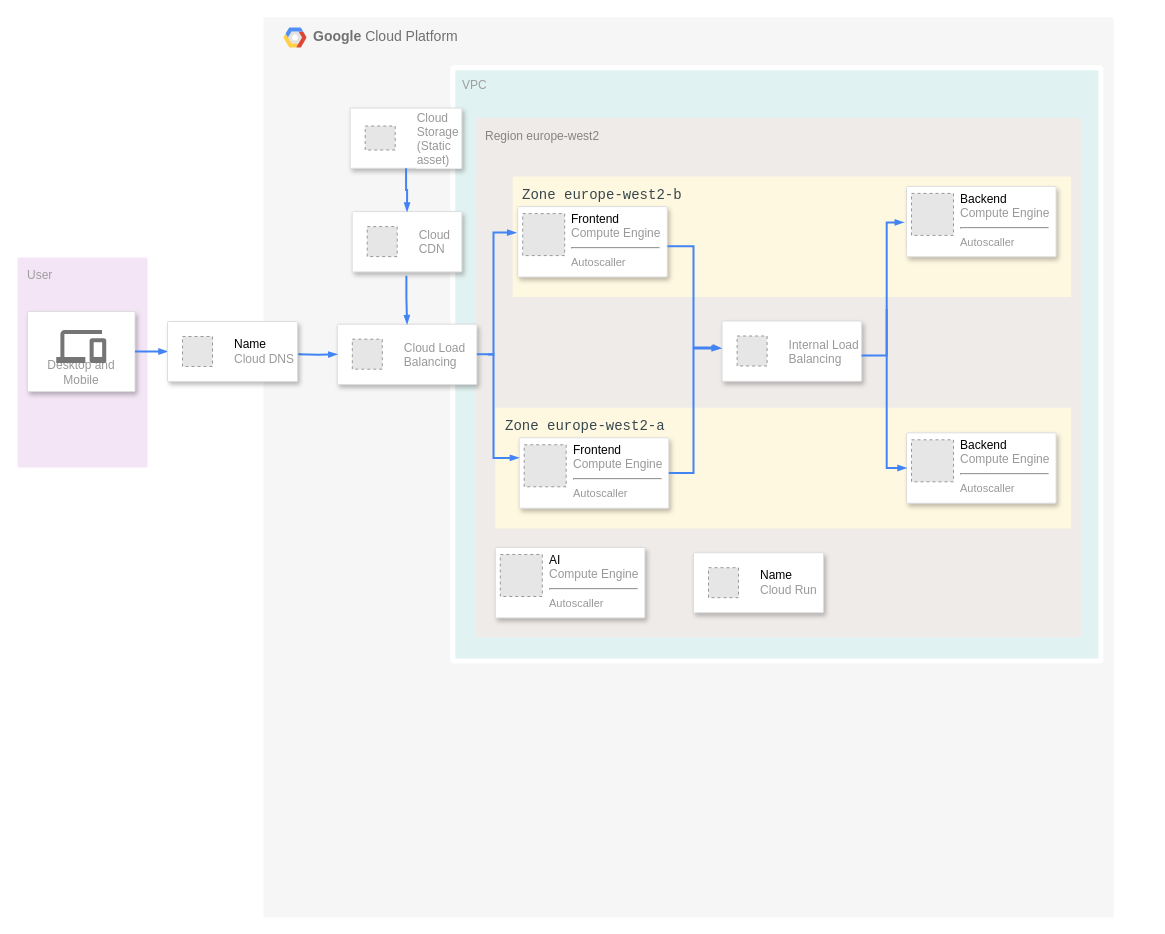
gryto/CapstoneProjectAWS keeps this draw.io diagram as gcp.drawio. Above is the earlier version. Source tidied: cells renumbered, new cells numbered last; positions are measured from the earlier drawing's top-left corner, leaving out a move shared by most shapes. Both pictures are drawn from the tidied source at 100%, with x=0, y=0 at pixel (17, 17). Pictures stored in the file or linked from it are replaced by grey dashed boxes.
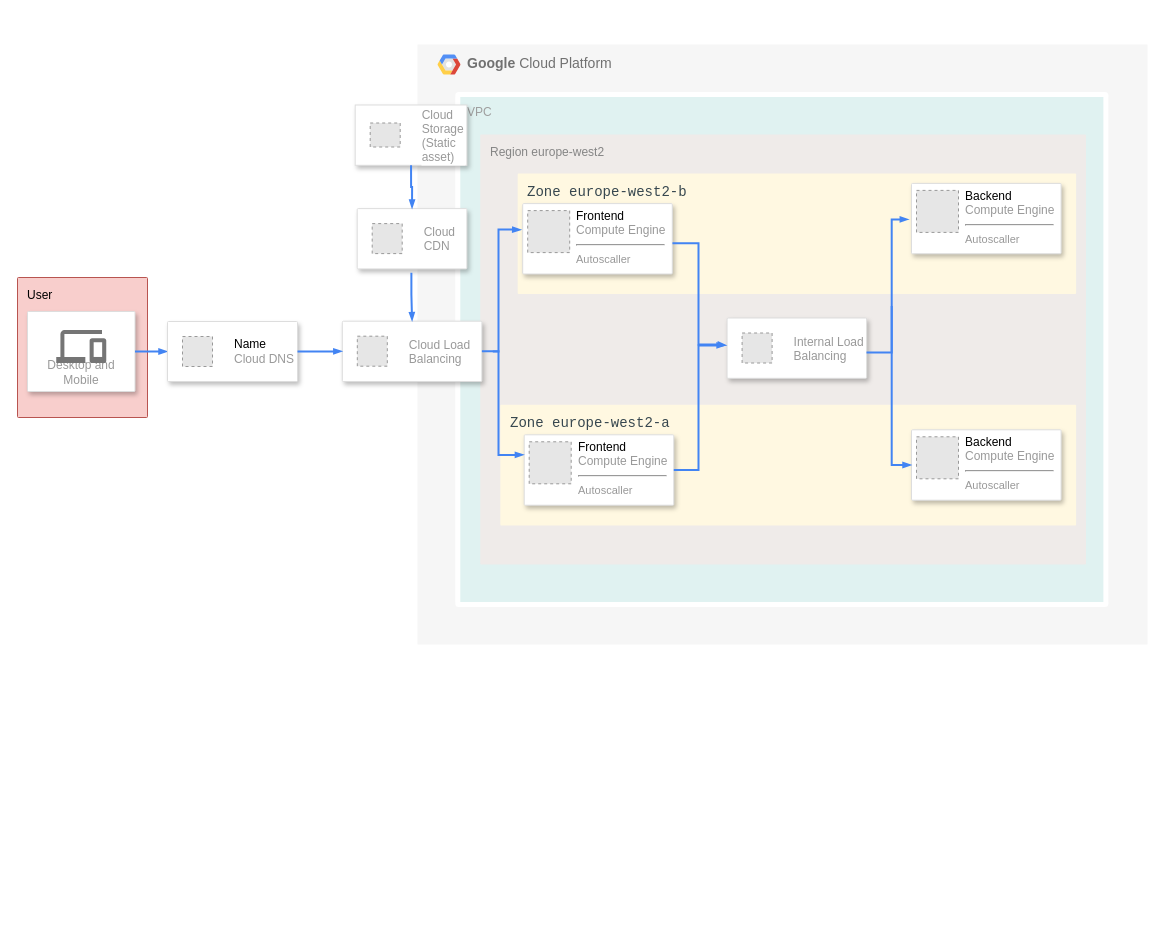
After the change.

The change refers to these unchanged cells:
```xml
<mxCell id="3" value="Desktop and Mobile" style="strokeColor=#dddddd;shadow=1;strokeWidth=1;rounded=1;absoluteArcSize=1;arcSize=2;labelPosition=center;verticalLabelPosition=middle;align=center;verticalAlign=bottom;spacingLeft=0;fontColor=#999999;fontSize=12;whiteSpace=wrap;spacingBottom=2;" parent="1" vertex="1">
  <mxGeometry x="10" y="294" width="107.5" height="80" as="geometry" />
</mxCell>
```

What changed in the source:
```diff
@@
+    <mxCell id="5" value="&lt;b&gt;Google &lt;/b&gt;Cloud Platform" style="fillColor=#F6F6F6;strokeColor=none;shadow=0;gradientColor=none;fontSize=14;align=left;spacing=10;fontColor=#717171;9E9E9E;verticalAlign=top;spacingTop=-4;fontStyle=0;spacingLeft=40;html=1;" parent="1" vertex="1">
+      <mxGeometry x="400" y="27" width="730" height="600" as="geometry" />
+    </mxCell>
+    <mxCell id="43" style="shape=mxgraph.gcp2.google_cloud_platform;fillColor=#F6F6F6;strokeColor=none;shadow=0;gradientColor=none;" parent="5" vertex="1">
+      <mxGeometry width="23" height="20" relative="1" as="geometry">
+        <mxPoint x="20" y="10" as="offset" />
+      </mxGeometry>
+    </mxCell>
-    <mxCell id="2" value="User" style="sketch=0;rounded=1;absoluteArcSize=1;arcSize=2;html=1;strokeColor=none;gradientColor=none;shadow=0;dashed=0;fontSize=12;fontColor=#9E9E9E;align=left;verticalAlign=top;spacing=10;spacingTop=-4;fillColor=#F3E5F5;" parent="1" vertex="1">
-      <mxGeometry y="240" width="130" height="210" as="geometry" />
+    <mxCell id="2" value="User" style="sketch=0;rounded=1;absoluteArcSize=1;arcSize=2;html=1;strokeColor=#b85450;shadow=0;dashed=0;fontSize=12;align=left;verticalAlign=top;spacing=10;spacingTop=-4;fillColor=#f8cecc;" parent="1" vertex="1">
+      <mxGeometry y="260" width="130" height="140" as="geometry" />
     </mxCell>
@@
-    <mxCell id="5" value="&lt;b&gt;Google &lt;/b&gt;Cloud Platform" style="fillColor=#F6F6F6;strokeColor=none;shadow=0;gradientColor=none;fontSize=14;align=left;spacing=10;fontColor=#717171;9E9E9E;verticalAlign=top;spacingTop=-4;fontStyle=0;spacingLeft=40;html=1;imageAspect=0;" parent="1" vertex="1">
-      <mxGeometry x="246" width="850" height="900" as="geometry" />
-    </mxCell>
+    <mxCell id="40" style="edgeStyle=orthogonalEdgeStyle;fontSize=12;html=1;endArrow=blockThin;endFill=1;rounded=0;strokeWidth=2;endSize=4;startSize=4;dashed=0;strokeColor=#4284F3;exitX=1;exitY=0.5;exitDx=0;exitDy=0;" parent="1" edge="1" source="3">
+      <mxGeometry relative="1" as="geometry">
+        <mxPoint x="150" y="334" as="targetPoint" />
+      </mxGeometry>
+    </mxCell>
+    <mxCell id="41" style="strokeColor=#dddddd;shadow=1;strokeWidth=1;rounded=1;absoluteArcSize=1;arcSize=2;" parent="1" vertex="1">
+      <mxGeometry x="150" y="304" width="130" height="60" as="geometry" />
+    </mxCell>
+    <mxCell id="42" value="&lt;font color=&quot;#000000&quot;&gt;Name&lt;/font&gt;&lt;br&gt;Cloud DNS" style="fillColor=#E6E6E6;strokeColor=#999999;dashed=1;html=1;fontColor=#999999;verticalLabelPosition=middle;labelBackgroundColor=#ffffff;verticalAlign=middle;labelPosition=right;align=left;spacingLeft=20;" parent="41" vertex="1">
+      <mxGeometry width="30" height="30" relative="1" as="geometry">
+        <mxPoint x="15" y="15" as="offset" />
+      </mxGeometry>
+    </mxCell>
-    <mxCell id="6" value="VPC" style="sketch=0;rounded=1;absoluteArcSize=1;arcSize=2;html=1;strokeColor=#FFFFFF;gradientColor=none;shadow=0;dashed=0;fontSize=12;fontColor=#9E9E9E;align=left;verticalAlign=top;spacing=10;spacingTop=-4;fillColor=#E0F2F1;strokeWidth=5;" parent="5" vertex="1">
-      <mxGeometry x="189.3" y="50.3" width="648.1" height="593.3" as="geometry" />
+    <mxCell id="6" value="VPC" style="sketch=0;rounded=1;absoluteArcSize=1;arcSize=2;html=1;strokeColor=#FFFFFF;gradientColor=none;shadow=0;dashed=0;fontSize=12;fontColor=#9E9E9E;align=left;verticalAlign=top;spacing=10;spacingTop=-4;fillColor=#E0F2F1;strokeWidth=5;" parent="1" vertex="1">
+      <mxGeometry x="440.3" y="77" width="648.1" height="510" as="geometry" />
     </mxCell>
-    <mxCell id="7" value="&lt;font color=&quot;#858585&quot;&gt;Region europe-west2&lt;/font&gt;" style="sketch=0;rounded=1;absoluteArcSize=1;arcSize=2;html=1;strokeColor=none;shadow=0;dashed=0;fontSize=12;align=left;verticalAlign=top;spacing=10;spacingTop=-4;fillColor=#EFEBE9;" parent="5" vertex="1">
-      <mxGeometry x="211.8" y="100.6" width="605.7" height="519.4" as="geometry" />
+    <mxCell id="7" value="&lt;font color=&quot;#858585&quot;&gt;Region europe-west2&lt;/font&gt;" style="sketch=0;rounded=1;absoluteArcSize=1;arcSize=2;html=1;strokeColor=none;shadow=0;dashed=0;fontSize=12;align=left;verticalAlign=top;spacing=10;spacingTop=-4;fillColor=#EFEBE9;" parent="1" vertex="1">
+      <mxGeometry x="462.8" y="117" width="605.7" height="430" as="geometry" />
     </mxCell>
-    <mxCell id="8" style="shape=mxgraph.gcp2.google_cloud_platform;fillColor=#F6F6F6;strokeColor=none;shadow=0;gradientColor=none;" parent="5" vertex="1">
-      <mxGeometry width="23" height="20" relative="1" as="geometry">
-        <mxPoint x="20" y="10" as="offset" />
-      </mxGeometry>
-    </mxCell>
-    <mxCell id="9" style="strokeColor=#dddddd;shadow=1;strokeWidth=1;rounded=1;absoluteArcSize=1;arcSize=2;" parent="5" vertex="1">
-      <mxGeometry x="73.8" y="306.7" width="139.6" height="60.3" as="geometry" />
+    <mxCell id="9" style="strokeColor=#dddddd;shadow=1;strokeWidth=1;rounded=1;absoluteArcSize=1;arcSize=2;" parent="1" vertex="1">
+      <mxGeometry x="324.8" y="303.7" width="139.6" height="60.3" as="geometry" />
     </mxCell>
@@
-    <mxCell id="11" value="&lt;span style=&quot;color: rgb(55, 71, 79); font-family: &amp;quot;Roboto Mono&amp;quot;, monospace; font-size: 14px;&quot;&gt;Zone europe-west2-a&lt;/span&gt;" style="sketch=0;rounded=1;absoluteArcSize=1;arcSize=2;html=1;strokeColor=none;gradientColor=none;shadow=0;dashed=0;fontSize=12;fontColor=#9E9E9E;align=left;verticalAlign=top;spacing=10;spacingTop=-4;fillColor=#FFF8E1;" parent="5" vertex="1">
-      <mxGeometry x="231.8" y="390.2" width="575.8" height="120.7" as="geometry" />
+    <mxCell id="11" value="&lt;span style=&quot;color: rgb(55, 71, 79); font-family: &amp;quot;Roboto Mono&amp;quot;, monospace; font-size: 14px;&quot;&gt;Zone europe-west2-a&lt;/span&gt;" style="sketch=0;rounded=1;absoluteArcSize=1;arcSize=2;html=1;strokeColor=none;gradientColor=none;shadow=0;dashed=0;fontSize=12;fontColor=#9E9E9E;align=left;verticalAlign=top;spacing=10;spacingTop=-4;fillColor=#FFF8E1;" parent="1" vertex="1">
+      <mxGeometry x="482.8" y="387.2" width="575.8" height="120.7" as="geometry" />
     </mxCell>
-    <mxCell id="12" style="strokeColor=#dddddd;shadow=1;strokeWidth=1;rounded=1;absoluteArcSize=1;arcSize=2;" parent="5" vertex="1">
-      <mxGeometry x="255.7" y="420.3" width="149.6" height="70.4" as="geometry" />
+    <mxCell id="12" style="strokeColor=#dddddd;shadow=1;strokeWidth=1;rounded=1;absoluteArcSize=1;arcSize=2;" parent="1" vertex="1">
+      <mxGeometry x="506.7" y="417.3" width="149.6" height="70.4" as="geometry" />
     </mxCell>
@@
-    <mxCell id="14" style="strokeColor=#dddddd;shadow=1;strokeWidth=1;rounded=1;absoluteArcSize=1;arcSize=2;" parent="5" vertex="1">
-      <mxGeometry x="643" y="415.3" width="149.6" height="70.4" as="geometry" />
+    <mxCell id="14" style="strokeColor=#dddddd;shadow=1;strokeWidth=1;rounded=1;absoluteArcSize=1;arcSize=2;" parent="1" vertex="1">
+      <mxGeometry x="894" y="412.3" width="149.6" height="70.4" as="geometry" />
     </mxCell>
@@
-    <mxCell id="16" value="&lt;span style=&quot;color: rgb(55, 71, 79); font-family: &amp;quot;Roboto Mono&amp;quot;, monospace; font-size: 14px;&quot;&gt;Zone europe-west2-b&lt;/span&gt;" style="sketch=0;rounded=1;absoluteArcSize=1;arcSize=2;html=1;strokeColor=none;gradientColor=none;shadow=0;dashed=0;fontSize=12;fontColor=#9E9E9E;align=left;verticalAlign=top;spacing=10;spacingTop=-4;fillColor=#FFF8E1;" parent="5" vertex="1">
-      <mxGeometry x="249.2" y="158.9" width="558.4" height="120.7" as="geometry" />
+    <mxCell id="16" value="&lt;span style=&quot;color: rgb(55, 71, 79); font-family: &amp;quot;Roboto Mono&amp;quot;, monospace; font-size: 14px;&quot;&gt;Zone europe-west2-b&lt;/span&gt;" style="sketch=0;rounded=1;absoluteArcSize=1;arcSize=2;html=1;strokeColor=none;gradientColor=none;shadow=0;dashed=0;fontSize=12;fontColor=#9E9E9E;align=left;verticalAlign=top;spacing=10;spacingTop=-4;fillColor=#FFF8E1;" parent="1" vertex="1">
+      <mxGeometry x="500.2" y="155.9" width="558.4" height="120.7" as="geometry" />
     </mxCell>
-    <mxCell id="17" style="strokeColor=#dddddd;shadow=1;strokeWidth=1;rounded=1;absoluteArcSize=1;arcSize=2;" parent="5" vertex="1">
-      <mxGeometry x="254.2" y="189.1" width="149.6" height="70.4" as="geometry" />
+    <mxCell id="17" style="strokeColor=#dddddd;shadow=1;strokeWidth=1;rounded=1;absoluteArcSize=1;arcSize=2;" parent="1" vertex="1">
+      <mxGeometry x="505.2" y="186.1" width="149.6" height="70.4" as="geometry" />
     </mxCell>
@@
-    <mxCell id="19" style="strokeColor=#dddddd;shadow=1;strokeWidth=1;rounded=1;absoluteArcSize=1;arcSize=2;" parent="5" vertex="1">
-      <mxGeometry x="643" y="168.9" width="149.6" height="70.4" as="geometry" />
+    <mxCell id="19" style="strokeColor=#dddddd;shadow=1;strokeWidth=1;rounded=1;absoluteArcSize=1;arcSize=2;" parent="1" vertex="1">
+      <mxGeometry x="894" y="165.9" width="149.6" height="70.4" as="geometry" />
     </mxCell>
@@
-    <mxCell id="21" style="strokeColor=#dddddd;shadow=1;strokeWidth=1;rounded=1;absoluteArcSize=1;arcSize=2;" parent="5" vertex="1">
-      <mxGeometry x="458.6" y="303.5" width="139.6" height="60.3" as="geometry" />
+    <mxCell id="21" style="strokeColor=#dddddd;shadow=1;strokeWidth=1;rounded=1;absoluteArcSize=1;arcSize=2;" parent="1" vertex="1">
+      <mxGeometry x="709.6" y="300.5" width="139.6" height="60.3" as="geometry" />
     </mxCell>
@@
-    <mxCell id="23" style="strokeColor=#dddddd;shadow=1;strokeWidth=1;rounded=1;absoluteArcSize=1;arcSize=2;" parent="5" vertex="1">
-      <mxGeometry x="88.7" y="194.1" width="109.7" height="60.3" as="geometry" />
+    <mxCell id="23" style="strokeColor=#dddddd;shadow=1;strokeWidth=1;rounded=1;absoluteArcSize=1;arcSize=2;" parent="1" vertex="1">
+      <mxGeometry x="339.7" y="191.1" width="109.7" height="60.3" as="geometry" />
     </mxCell>
@@
-    <mxCell id="25" style="edgeStyle=orthogonalEdgeStyle;fontSize=12;html=1;endArrow=blockThin;endFill=1;rounded=0;strokeWidth=2;endSize=4;startSize=4;dashed=0;strokeColor=#4284F3;exitX=0.494;exitY=1.062;exitDx=0;exitDy=0;exitPerimeter=0;" parent="5" edge="1" source="23" target="9">
+    <mxCell id="25" style="edgeStyle=orthogonalEdgeStyle;fontSize=12;html=1;endArrow=blockThin;endFill=1;rounded=0;strokeWidth=2;endSize=4;startSize=4;dashed=0;strokeColor=#4284F3;exitX=0.494;exitY=1.062;exitDx=0;exitDy=0;exitPerimeter=0;" parent="1" edge="1" source="23" target="9">
       <mxGeometry relative="1" as="geometry" />
     </mxCell>
-    <mxCell id="26" style="edgeStyle=orthogonalEdgeStyle;fontSize=12;html=1;endArrow=blockThin;endFill=1;rounded=0;strokeWidth=2;endSize=4;startSize=4;dashed=0;strokeColor=#4284F3;exitX=1.001;exitY=0.564;exitDx=0;exitDy=0;exitPerimeter=0;entryX=-0.004;entryY=0.454;entryDx=0;entryDy=0;entryPerimeter=0;" parent="5" edge="1" source="17" target="21">
+    <mxCell id="26" style="edgeStyle=orthogonalEdgeStyle;fontSize=12;html=1;endArrow=blockThin;endFill=1;rounded=0;strokeWidth=2;endSize=4;startSize=4;dashed=0;strokeColor=#4284F3;exitX=1.001;exitY=0.564;exitDx=0;exitDy=0;exitPerimeter=0;entryX=-0.004;entryY=0.454;entryDx=0;entryDy=0;entryPerimeter=0;" parent="1" edge="1" source="17" target="21">
       <mxGeometry relative="1" as="geometry">
         <Array as="points">
-          <mxPoint x="430" y="229" />
-          <mxPoint x="430" y="330" />
-          <mxPoint x="450" y="330" />
+          <mxPoint x="681" y="226" />
+          <mxPoint x="681" y="327" />
+          <mxPoint x="701" y="327" />
         </Array>
       </mxGeometry>
     </mxCell>
-    <mxCell id="27" style="edgeStyle=orthogonalEdgeStyle;fontSize=12;html=1;endArrow=blockThin;endFill=1;rounded=0;strokeWidth=2;endSize=4;startSize=4;dashed=0;strokeColor=#4284F3;exitX=1;exitY=0.5;exitDx=0;exitDy=0;entryX=-0.011;entryY=0.454;entryDx=0;entryDy=0;entryPerimeter=0;" parent="5" edge="1" source="12" target="21">
+    <mxCell id="27" style="edgeStyle=orthogonalEdgeStyle;fontSize=12;html=1;endArrow=blockThin;endFill=1;rounded=0;strokeWidth=2;endSize=4;startSize=4;dashed=0;strokeColor=#4284F3;exitX=1;exitY=0.5;exitDx=0;exitDy=0;entryX=-0.011;entryY=0.454;entryDx=0;entryDy=0;entryPerimeter=0;" parent="1" edge="1" source="12" target="21">
       <mxGeometry relative="1" as="geometry">
         <Array as="points">
-          <mxPoint x="430" y="456" />
-          <mxPoint x="430" y="331" />
+          <mxPoint x="681" y="453" />
+          <mxPoint x="681" y="328" />
         </Array>
       </mxGeometry>
     </mxCell>
-    <mxCell id="28" style="edgeStyle=orthogonalEdgeStyle;fontSize=12;html=1;endArrow=blockThin;endFill=1;rounded=0;strokeWidth=2;endSize=4;startSize=4;dashed=0;strokeColor=#4284F3;entryX=-0.018;entryY=0.511;entryDx=0;entryDy=0;entryPerimeter=0;" parent="5" edge="1" target="19">
+    <mxCell id="28" style="edgeStyle=orthogonalEdgeStyle;fontSize=12;html=1;endArrow=blockThin;endFill=1;rounded=0;strokeWidth=2;endSize=4;startSize=4;dashed=0;strokeColor=#4284F3;entryX=-0.018;entryY=0.511;entryDx=0;entryDy=0;entryPerimeter=0;" parent="1" edge="1" target="19">
       <mxGeometry relative="1" as="geometry">
-        <mxPoint x="598" y="338" as="sourcePoint" />
+        <mxPoint x="849" y="335" as="sourcePoint" />
         <Array as="points">
-          <mxPoint x="623.2" y="337.9" />
-          <mxPoint x="623.2" y="205.1" />
+          <mxPoint x="874.2" y="334.9" />
+          <mxPoint x="874.2" y="202.1" />
         </Array>
       </mxGeometry>
     </mxCell>
-    <mxCell id="29" style="edgeStyle=orthogonalEdgeStyle;fontSize=12;html=1;endArrow=blockThin;endFill=1;rounded=0;strokeWidth=2;endSize=4;startSize=4;dashed=0;strokeColor=#4284F3;entryX=0;entryY=0.5;entryDx=0;entryDy=0;" parent="5" edge="1" target="14">
+    <mxCell id="29" style="edgeStyle=orthogonalEdgeStyle;fontSize=12;html=1;endArrow=blockThin;endFill=1;rounded=0;strokeWidth=2;endSize=4;startSize=4;dashed=0;strokeColor=#4284F3;entryX=0;entryY=0.5;entryDx=0;entryDy=0;" parent="1" edge="1" target="14">
       <mxGeometry relative="1" as="geometry">
-        <mxPoint x="623.2" y="291.6" as="sourcePoint" />
+        <mxPoint x="874.2" y="288.6" as="sourcePoint" />
         <Array as="points">
-          <mxPoint x="623.2" y="291.6" />
-          <mxPoint x="623.2" y="392.2" />
+          <mxPoint x="874.2" y="288.6" />
+          <mxPoint x="874.2" y="389.2" />
         </Array>
       </mxGeometry>
     </mxCell>
-    <mxCell id="30" style="edgeStyle=orthogonalEdgeStyle;fontSize=12;html=1;endArrow=blockThin;endFill=1;rounded=0;strokeWidth=2;endSize=4;startSize=4;dashed=0;strokeColor=#4284F3;entryX=-0.01;entryY=0.372;entryDx=0;entryDy=0;entryPerimeter=0;" parent="5" edge="1" target="17">
+    <mxCell id="30" style="edgeStyle=orthogonalEdgeStyle;fontSize=12;html=1;endArrow=blockThin;endFill=1;rounded=0;strokeWidth=2;endSize=4;startSize=4;dashed=0;strokeColor=#4284F3;entryX=-0.01;entryY=0.372;entryDx=0;entryDy=0;entryPerimeter=0;" parent="1" edge="1" target="17">
       <mxGeometry relative="1" as="geometry">
-        <mxPoint x="224.3" y="336.9" as="sourcePoint" />
+        <mxPoint x="475.3" y="333.9" as="sourcePoint" />
         <Array as="points">
-          <mxPoint x="230" y="337" />
-          <mxPoint x="230" y="215" />
-          <mxPoint x="240" y="215" />
+          <mxPoint x="481" y="334" />
+          <mxPoint x="481" y="212" />
+          <mxPoint x="491" y="212" />
         </Array>
       </mxGeometry>
     </mxCell>
-    <mxCell id="31" style="edgeStyle=orthogonalEdgeStyle;fontSize=12;html=1;endArrow=blockThin;endFill=1;rounded=0;strokeWidth=2;endSize=4;startSize=4;dashed=0;strokeColor=#4284F3;entryX=-0.002;entryY=0.285;entryDx=0;entryDy=0;exitX=1;exitY=0.5;exitDx=0;exitDy=0;entryPerimeter=0;" parent="5" edge="1" source="9" target="12">
+    <mxCell id="31" style="edgeStyle=orthogonalEdgeStyle;fontSize=12;html=1;endArrow=blockThin;endFill=1;rounded=0;strokeWidth=2;endSize=4;startSize=4;dashed=0;strokeColor=#4284F3;entryX=-0.002;entryY=0.285;entryDx=0;entryDy=0;exitX=1;exitY=0.5;exitDx=0;exitDy=0;entryPerimeter=0;" parent="1" edge="1" source="9" target="12">
       <mxGeometry relative="1" as="geometry">
         <Array as="points">
-          <mxPoint x="230" y="337" />
-          <mxPoint x="230" y="440" />
+          <mxPoint x="481" y="334" />
+          <mxPoint x="481" y="437" />
         </Array>
       </mxGeometry>
     </mxCell>
-    <mxCell id="32" style="strokeColor=#dddddd;shadow=1;strokeWidth=1;rounded=1;absoluteArcSize=1;arcSize=0;" parent="5" vertex="1">
-      <mxGeometry x="86.7" y="90.5" width="111.7" height="60.3" as="geometry" />
+    <mxCell id="32" style="strokeColor=#dddddd;shadow=1;strokeWidth=1;rounded=1;absoluteArcSize=1;arcSize=0;" parent="1" vertex="1">
+      <mxGeometry x="337.7" y="87.5" width="111.7" height="60.3" as="geometry" />
     </mxCell>
@@
-    <mxCell id="34" style="edgeStyle=orthogonalEdgeStyle;fontSize=12;html=1;endArrow=blockThin;endFill=1;rounded=0;strokeWidth=2;endSize=4;startSize=4;dashed=0;strokeColor=#4284F3;entryX=0.5;entryY=0;entryDx=0;entryDy=0;exitX=0.5;exitY=1;exitDx=0;exitDy=0;" parent="5" edge="1" source="32" target="23">
+    <mxCell id="34" style="edgeStyle=orthogonalEdgeStyle;fontSize=12;html=1;endArrow=blockThin;endFill=1;rounded=0;strokeWidth=2;endSize=4;startSize=4;dashed=0;strokeColor=#4284F3;entryX=0.5;entryY=0;entryDx=0;entryDy=0;exitX=0.5;exitY=1;exitDx=0;exitDy=0;" parent="1" edge="1" source="32" target="23">
       <mxGeometry relative="1" as="geometry" />
     </mxCell>
-    <mxCell id="35" style="strokeColor=#dddddd;shadow=1;strokeWidth=1;rounded=1;absoluteArcSize=1;arcSize=2;" parent="5" vertex="1">
-      <mxGeometry x="231.8" y="530" width="149.6" height="70.4" as="geometry" />
-    </mxCell>
-    <mxCell id="36" value="&lt;font color=&quot;#000000&quot;&gt;AI&lt;/font&gt;&lt;br&gt;Compute Engine&lt;hr&gt;&lt;font style=&quot;font-size: 11px&quot;&gt;Autoscaller&lt;/font&gt;" style="fillColor=#E6E6E6;strokeColor=#999999;dashed=1;html=1;labelPosition=right;verticalLabelPosition=middle;align=left;verticalAlign=top;spacingLeft=5;fontColor=#999999;fontSize=12;spacingTop=-8;" parent="35" vertex="1">
-      <mxGeometry width="42" height="42" relative="1" as="geometry">
-        <mxPoint x="5" y="7" as="offset" />
-      </mxGeometry>
-    </mxCell>
-    <mxCell id="37" style="edgeStyle=orthogonalEdgeStyle;fontSize=12;html=1;endArrow=blockThin;endFill=1;rounded=0;strokeWidth=2;endSize=4;startSize=4;dashed=0;strokeColor=#4284F3;exitX=1;exitY=0.5;exitDx=0;exitDy=0;entryX=0;entryY=0.5;entryDx=0;entryDy=0;" parent="5" edge="1" target="9">
-      <mxGeometry relative="1" as="geometry">
-        <mxPoint x="34.9" y="336.7" as="sourcePoint" />
-      </mxGeometry>
+    <mxCell id="37" style="edgeStyle=orthogonalEdgeStyle;fontSize=12;html=1;endArrow=blockThin;endFill=1;rounded=0;strokeWidth=2;endSize=4;startSize=4;dashed=0;strokeColor=#4284F3;entryX=0;entryY=0.5;entryDx=0;entryDy=0;exitX=1;exitY=0.5;exitDx=0;exitDy=0;" parent="1" edge="1" source="41" target="9">
+      <mxGeometry relative="1" as="geometry" />
     </mxCell>
-    <mxCell id="38" style="strokeColor=#dddddd;shadow=1;strokeWidth=1;rounded=1;absoluteArcSize=1;arcSize=2;" parent="5" vertex="1">
-      <mxGeometry x="430" y="535.2" width="130" height="60" as="geometry" />
-    </mxCell>
-    <mxCell id="39" value="&lt;font color=&quot;#000000&quot;&gt;Name&lt;/font&gt;&lt;br&gt;Cloud Run" style="fillColor=#E6E6E6;strokeColor=#999999;dashed=1;html=1;fontColor=#999999;verticalLabelPosition=middle;labelBackgroundColor=#ffffff;verticalAlign=middle;labelPosition=right;align=left;spacingLeft=20;" parent="38" vertex="1">
-      <mxGeometry width="30" height="30" relative="1" as="geometry">
-        <mxPoint x="15" y="15" as="offset" />
-      </mxGeometry>
-    </mxCell>
-    <mxCell id="40" style="edgeStyle=orthogonalEdgeStyle;fontSize=12;html=1;endArrow=blockThin;endFill=1;rounded=0;strokeWidth=2;endSize=4;startSize=4;dashed=0;strokeColor=#4284F3;exitX=1;exitY=0.5;exitDx=0;exitDy=0;" parent="1" edge="1" source="3">
-      <mxGeometry relative="1" as="geometry">
-        <mxPoint x="150" y="334" as="targetPoint" />
-      </mxGeometry>
-    </mxCell>
-    <mxCell id="41" style="strokeColor=#dddddd;shadow=1;strokeWidth=1;rounded=1;absoluteArcSize=1;arcSize=2;" parent="1" vertex="1">
-      <mxGeometry x="150" y="304" width="130" height="60" as="geometry" />
-    </mxCell>
-    <mxCell id="42" value="&lt;font color=&quot;#000000&quot;&gt;Name&lt;/font&gt;&lt;br&gt;Cloud DNS" style="fillColor=#E6E6E6;strokeColor=#999999;dashed=1;html=1;fontColor=#999999;verticalLabelPosition=middle;labelBackgroundColor=#ffffff;verticalAlign=middle;labelPosition=right;align=left;spacingLeft=20;" parent="41" vertex="1">
-      <mxGeometry width="30" height="30" relative="1" as="geometry">
-        <mxPoint x="15" y="15" as="offset" />
-      </mxGeometry>
-    </mxCell>
```
